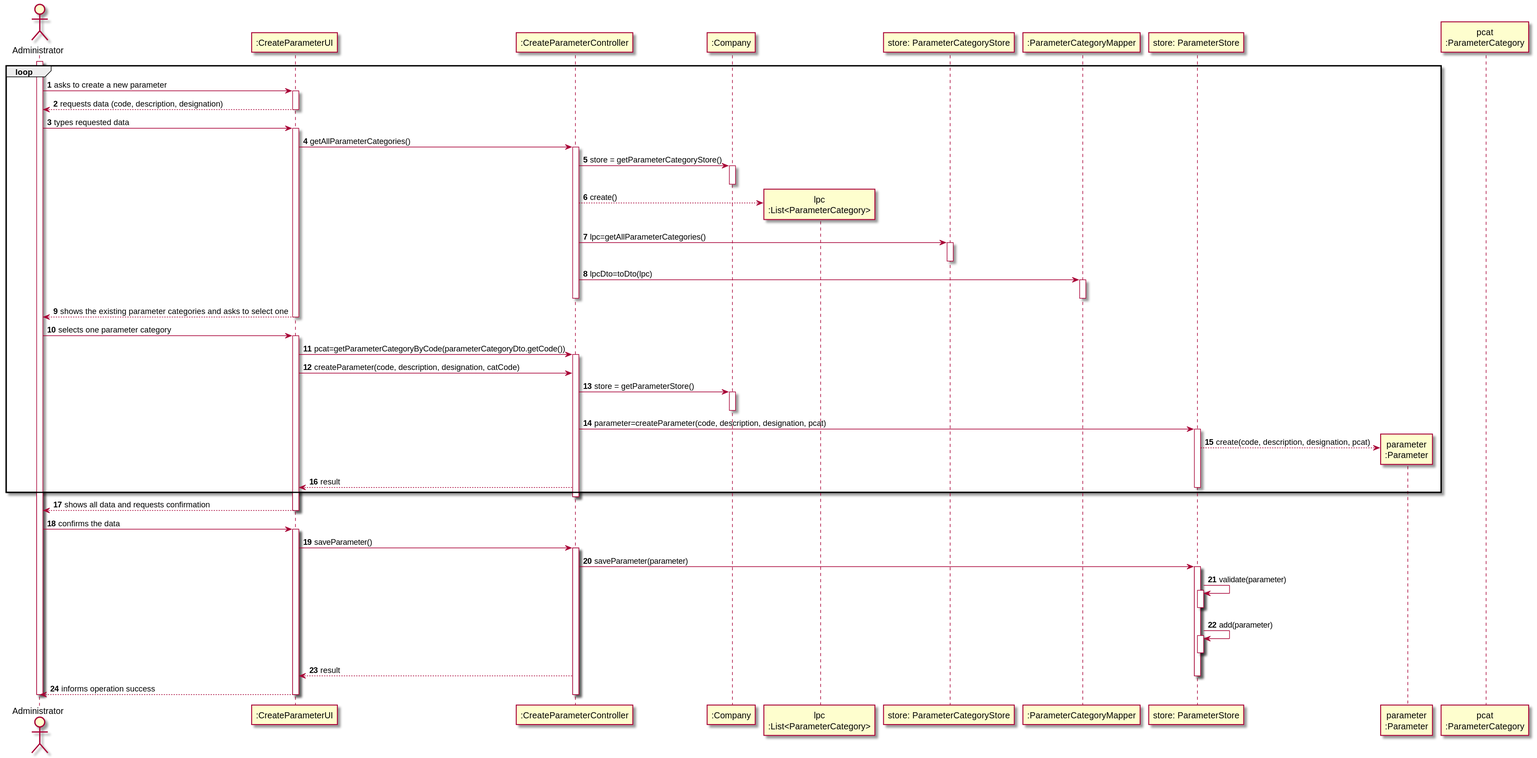
Before: docs/SprintC/US10/US10-SD.svg, a diagram exported from PlantUML (0franciscor/lei-21-s2-1de-g19). Source of this version:
```plantuml
@startuml

autonumber
actor "Administrator" as ADM

participant ":CreateParameterUI" as CPUI
participant ":CreateParameterController" as CPC
participant ":Company" as COMP
participant "lpc\n:List<ParameterCategory>" as LIST_CAT
participant "store: ParameterCategoryStore" as PCS
participant ":ParameterCategoryMapper" as PCM
participant "store: ParameterStore" as PS
participant "parameter\n:Parameter" as PARAM
participant "pcat\n:ParameterCategory" as CAT

loop
activate ADM
ADM -> CPUI : asks to create a new parameter
activate CPUI
CPUI --> ADM : requests data (code, description, designation)
deactivate CPUI

ADM -> CPUI : types requested data
activate CPUI

CPUI -> CPC : getAllParameterCategories()
activate CPC

CPC -> COMP : store = getParameterCategoryStore()
activate COMP
deactivate COMP

CPC --> LIST_CAT** : create()

CPC -> PCS : lpc=getAllParameterCategories()
activate PCS
deactivate PCS


CPC -> PCM : lpcDto=toDto(lpc)
activate PCM
deactivate PCM

deactivate CPC

CPUI --> ADM : shows the existing parameter categories and asks to select one
deactivate COMP
deactivate CPUI

ADM -> CPUI : selects one parameter category
activate CPUI


CPUI -> CPC : pcat=getParameterCategoryByCode(parameterCategoryDto.getCode())
activate CPC
CPUI -> CPC : createParameter(code, description, designation, catCode)



CPC -> COMP: store = getParameterStore()
activate COMP
deactivate COMP

CPC -> PS: parameter=createParameter(code, description, designation, pcat)
activate PS

PS --> PARAM**: create(code, description, designation, pcat)


CPC --> CPUI: result
deactivate PS
end
deactivate CPC
CPUI --> ADM: shows all data and requests confirmation


deactivate CPUI

ADM -> CPUI : confirms the data
activate CPUI
CPUI -> CPC : saveParameter()
activate CPC

CPC -> PS : saveParameter(parameter)
activate PS

PS -> PS: validate(parameter)
activate PS
deactivate PS
PS -> PS: add(parameter)
activate PS
deactivate PS


CPC --> CPUI: result
deactivate PS
CPUI --> ADM : informs operation success

deactivate CPC
deactivate CPUI

deactivate ADM

@enduml
```
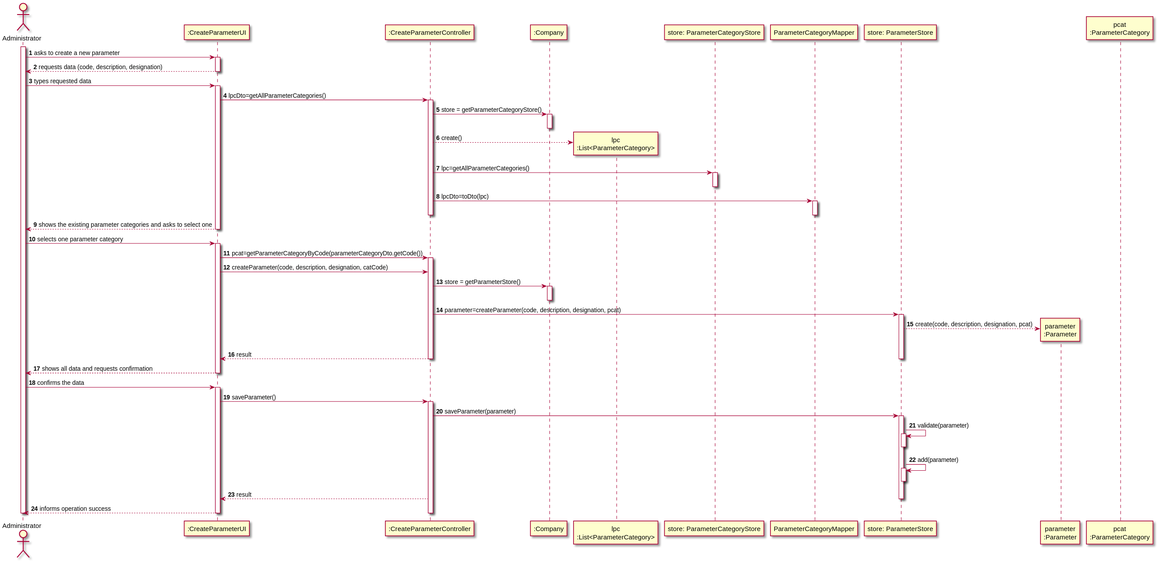
After the commit.

The edit, as a diff of the source:
```diff
@@ -8,12 +8,12 @@
 participant ":Company" as COMP
 participant "lpc\n:List<ParameterCategory>" as LIST_CAT
 participant "store: ParameterCategoryStore" as PCS
-participant ":ParameterCategoryMapper" as PCM
+participant "ParameterCategoryMapper" as PCM
 participant "store: ParameterStore" as PS
 participant "parameter\n:Parameter" as PARAM
 participant "pcat\n:ParameterCategory" as CAT
 
-loop
+
 activate ADM
 ADM -> CPUI : asks to create a new parameter
 activate CPUI
@@ -23,7 +23,7 @@
 ADM -> CPUI : types requested data
 activate CPUI
 
-CPUI -> CPC : getAllParameterCategories()
+CPUI -> CPC : lpcDto=getAllParameterCategories()
 activate CPC
 
 CPC -> COMP : store = getParameterCategoryStore()
@@ -69,7 +69,6 @@
 
 CPC --> CPUI: result
 deactivate PS
-end
 deactivate CPC
 CPUI --> ADM: shows all data and requests confirmation
 
```
